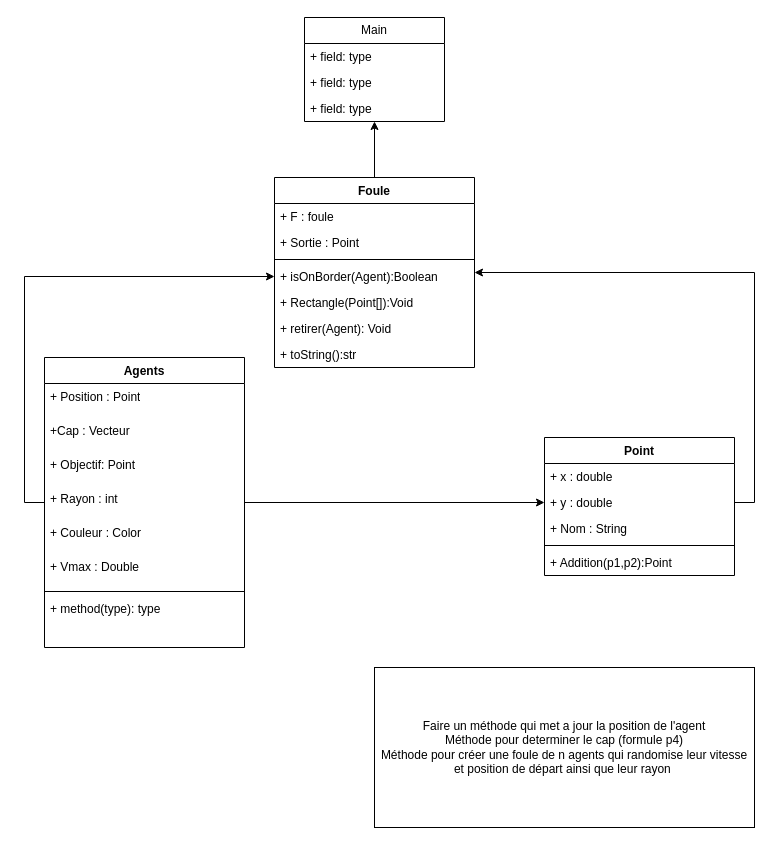
Sifra850/Projet_Info keeps this draw.io diagram as Projet INFO.drawio. Above is the earlier version. Source tidied: cells renumbered, new cells numbered last; positions are measured from the earlier drawing's top-left corner, leaving out a move shared by most shapes. Both pictures are drawn from the tidied source at 100%, with x=0, y=0 at pixel (44, 17).
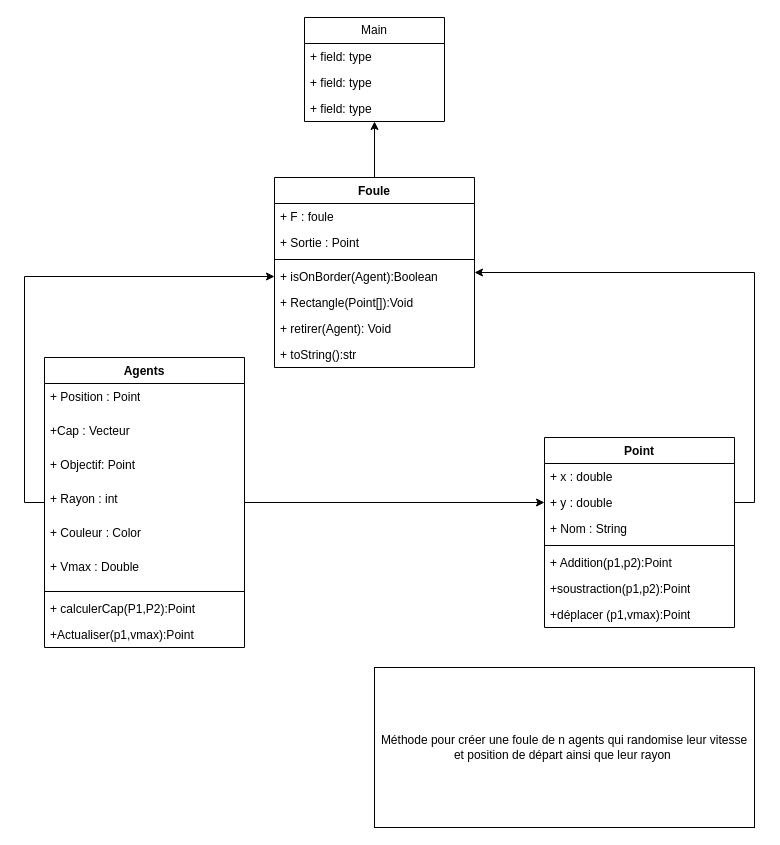
Above is the later version.

Commit message:
Mettre à jour Projet INFO.drawio

The change refers to these unchanged cells:
```xml
<mxCell id="7" value="Agents" style="swimlane;fontStyle=1;align=center;verticalAlign=top;horizontal=1;startSize=26;whiteSpace=wrap;html=1;" parent="1" vertex="1">
  <mxGeometry y="340" width="200" height="290" as="geometry" />
</mxCell>
```

Diff of the diagram source:
```diff
@@
-    <mxCell id="15" value="+ method(type): type" style="text;strokeColor=none;fillColor=none;align=left;verticalAlign=top;spacingLeft=4;spacingRight=4;overflow=hidden;whiteSpace=wrap;html=1;" parent="7" vertex="1">
+    <mxCell id="15" value="+ calculerCap(P1,P2):Point" style="text;strokeColor=none;fillColor=none;align=left;verticalAlign=top;spacingLeft=4;spacingRight=4;overflow=hidden;whiteSpace=wrap;html=1;" parent="7" vertex="1">
       <mxGeometry y="238" width="200" height="26" as="geometry" />
     </mxCell>
-    <mxCell id="16" style="text;strokeColor=none;fillColor=none;align=left;verticalAlign=top;spacingLeft=4;spacingRight=4;overflow=hidden;whiteSpace=wrap;html=1;" parent="7" vertex="1">
+    <mxCell id="16" value="+Actualiser(p1,vmax):Point" style="text;strokeColor=none;fillColor=none;align=left;verticalAlign=top;spacingLeft=4;spacingRight=4;overflow=hidden;whiteSpace=wrap;html=1;" parent="7" vertex="1">
       <mxGeometry y="264" width="200" height="26" as="geometry" />
     </mxCell>
@@
     <mxCell id="26" value="Point" style="swimlane;fontStyle=1;align=center;verticalAlign=top;horizontal=1;startSize=26;whiteSpace=wrap;html=1;" parent="1" vertex="1">
-      <mxGeometry x="500" y="420" width="190" height="138" as="geometry" />
+      <mxGeometry x="500" y="420" width="190" height="190" as="geometry" />
     </mxCell>
@@
+    <mxCell id="35" value="+soustraction(p1,p2):Point" style="text;strokeColor=none;fillColor=none;align=left;verticalAlign=top;spacingLeft=4;spacingRight=4;overflow=hidden;whiteSpace=wrap;html=1;" parent="26" vertex="1">
+      <mxGeometry y="138" width="190" height="26" as="geometry" />
+    </mxCell>
+    <mxCell id="36" value="+déplacer (p1,vmax):Point" style="text;strokeColor=none;fillColor=none;align=left;verticalAlign=top;spacingLeft=4;spacingRight=4;overflow=hidden;whiteSpace=wrap;html=1;" parent="26" vertex="1">
+      <mxGeometry y="164" width="190" height="26" as="geometry" />
+    </mxCell>
@@
-    <mxCell id="34" value="&lt;div&gt;Faire un méthode qui met a jour la position de l'agent&lt;/div&gt;&lt;div&gt;Méthode pour determiner le cap (formule p4)&lt;/div&gt;&lt;div&gt;Méthode pour créer une foule de n agents qui randomise leur vitesse et position de départ ainsi que leur rayon&amp;nbsp; &lt;br&gt;&lt;/div&gt;" style="rounded=0;whiteSpace=wrap;html=1;" parent="1" vertex="1">
+    <mxCell id="34" value="&lt;div&gt;Méthode pour créer une foule de n agents qui randomise leur vitesse et position de départ ainsi que leur rayon&amp;nbsp; &lt;br&gt;&lt;/div&gt;" style="rounded=0;whiteSpace=wrap;html=1;" parent="1" vertex="1">
       <mxGeometry x="330" y="650" width="380" height="160" as="geometry" />
     </mxCell>
```
